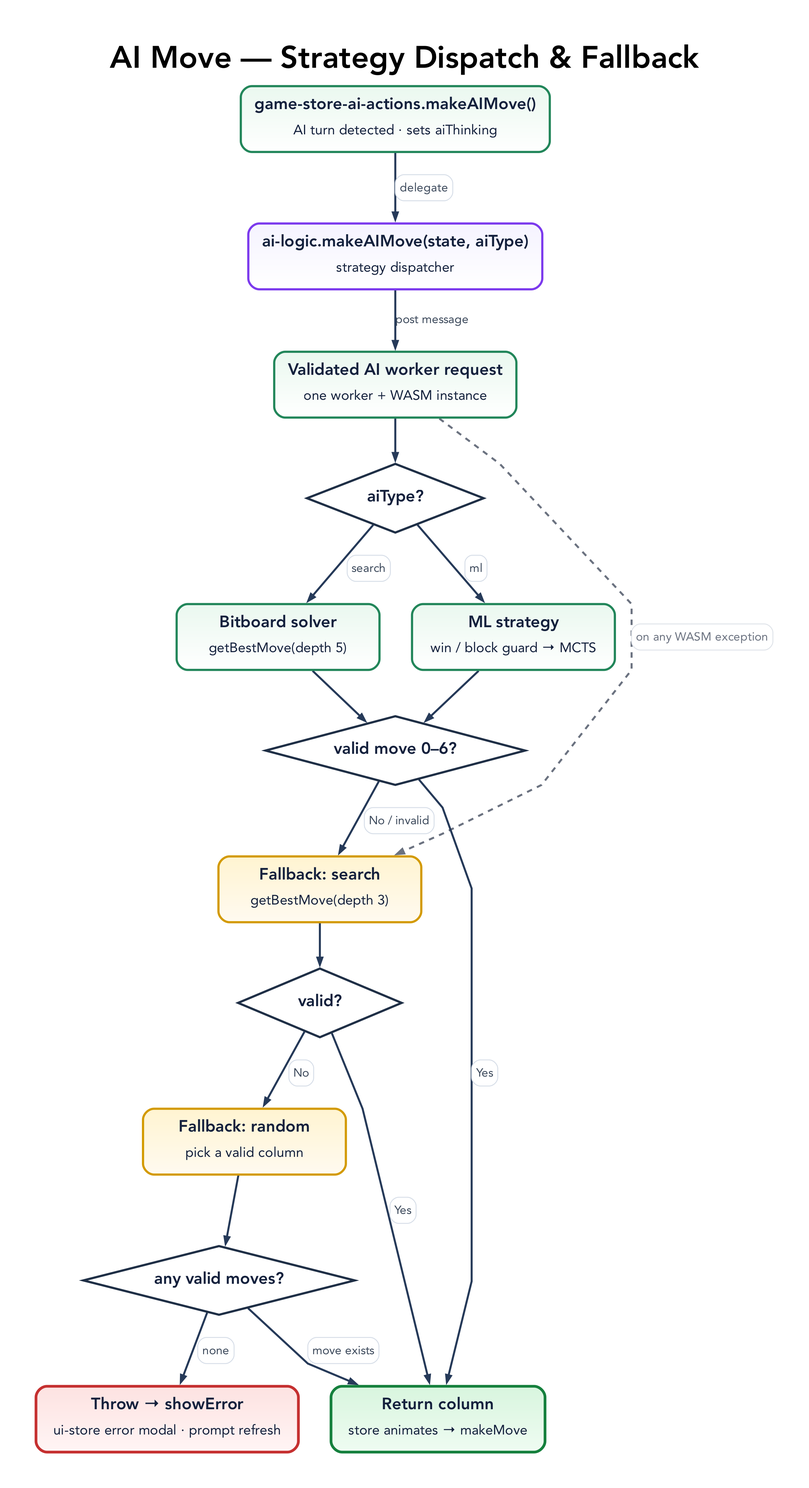
This is docs/diagrams/ai-move-flow.png from tre-systems/rowspire, a Graphviz export, as it was before one commit. Its source is kept beside it as docs/diagrams/ai-move-flow.dot.
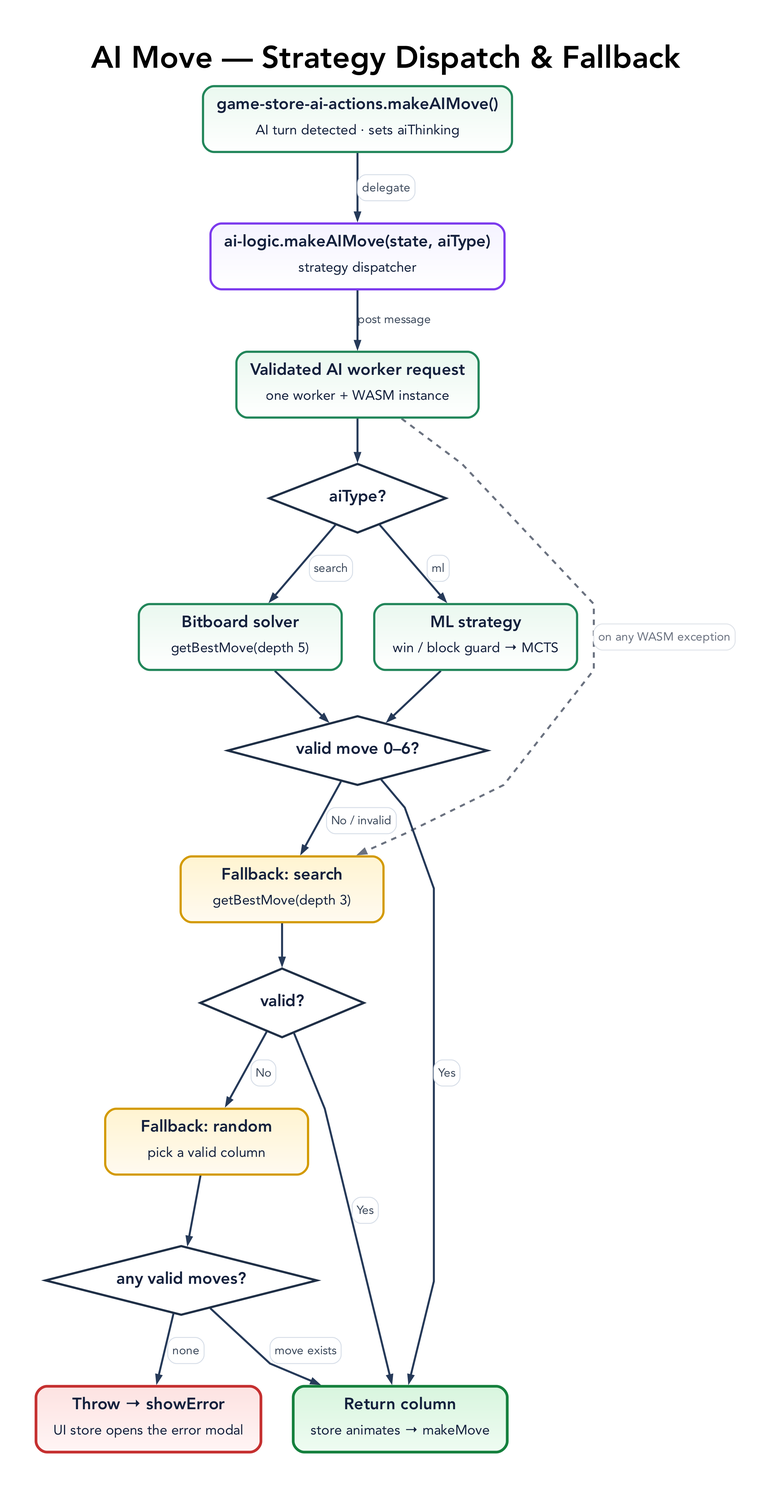
Later version of the same file.

The edit, as a diff of the source:
```diff
@@ -62,7 +62,7 @@
   D4 [label=<<B>any valid moves?</B>>, shape=diamond, style=filled, width=3.0, height=1.05, fillcolor="#ffffff", color="#1f2f46", penwidth=2.4];
 
   OK [label=<<TABLE BORDER="0" CELLBORDER="0" CELLSPACING="0" CELLPADDING="0"><TR><TD><B>Return column</B></TD></TR><TR><TD CELLPADDING="4"><FONT POINT-SIZE="15">store animates &rarr; makeMove</FONT></TD></TR></TABLE>>, fillcolor="#d8f5de:#effcf2", color="#15803d", penwidth=3.0];
-  ERR [label=<<TABLE BORDER="0" CELLBORDER="0" CELLSPACING="0" CELLPADDING="0"><TR><TD><B>Throw &rarr; showError</B></TD></TR><TR><TD CELLPADDING="4"><FONT POINT-SIZE="15">ui-store error modal &middot; prompt refresh</FONT></TD></TR></TABLE>>, fillcolor="#fde2e1:#fff5f5", color="#c53030", penwidth=3.0];
+  ERR [label=<<TABLE BORDER="0" CELLBORDER="0" CELLSPACING="0" CELLPADDING="0"><TR><TD><B>Throw &rarr; showError</B></TD></TR><TR><TD CELLPADDING="4"><FONT POINT-SIZE="15">UI store opens the error modal</FONT></TD></TR></TABLE>>, fillcolor="#fde2e1:#fff5f5", color="#c53030", penwidth=3.0];
 
   A -> B [label=<<TABLE BORDER="1" CELLBORDER="0" STYLE="ROUNDED" COLOR="#d7dee8" BGCOLOR="#ffffff" CELLSPACING="0" CELLPADDING="4"><TR><TD><FONT POINT-SIZE="13" COLOR="#3d4a5c">delegate</FONT></TD></TR></TABLE>>];
   B -> W [label="post message"];
```
